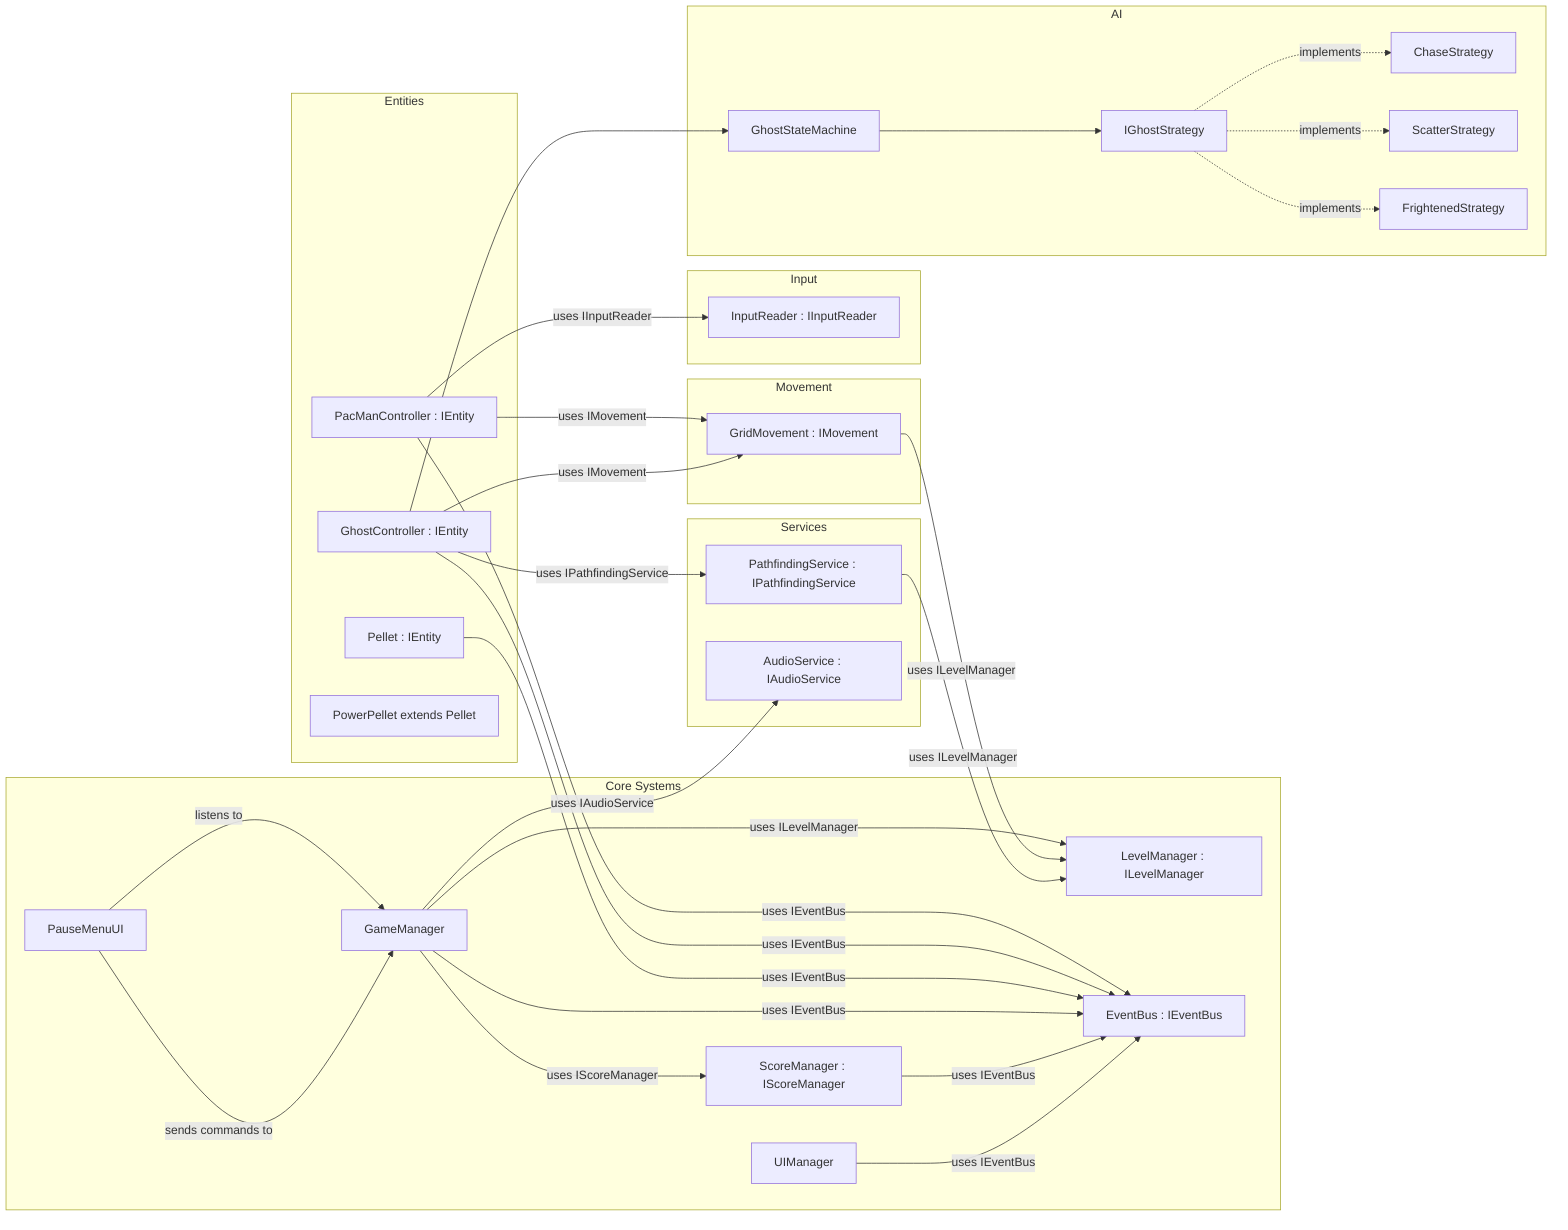
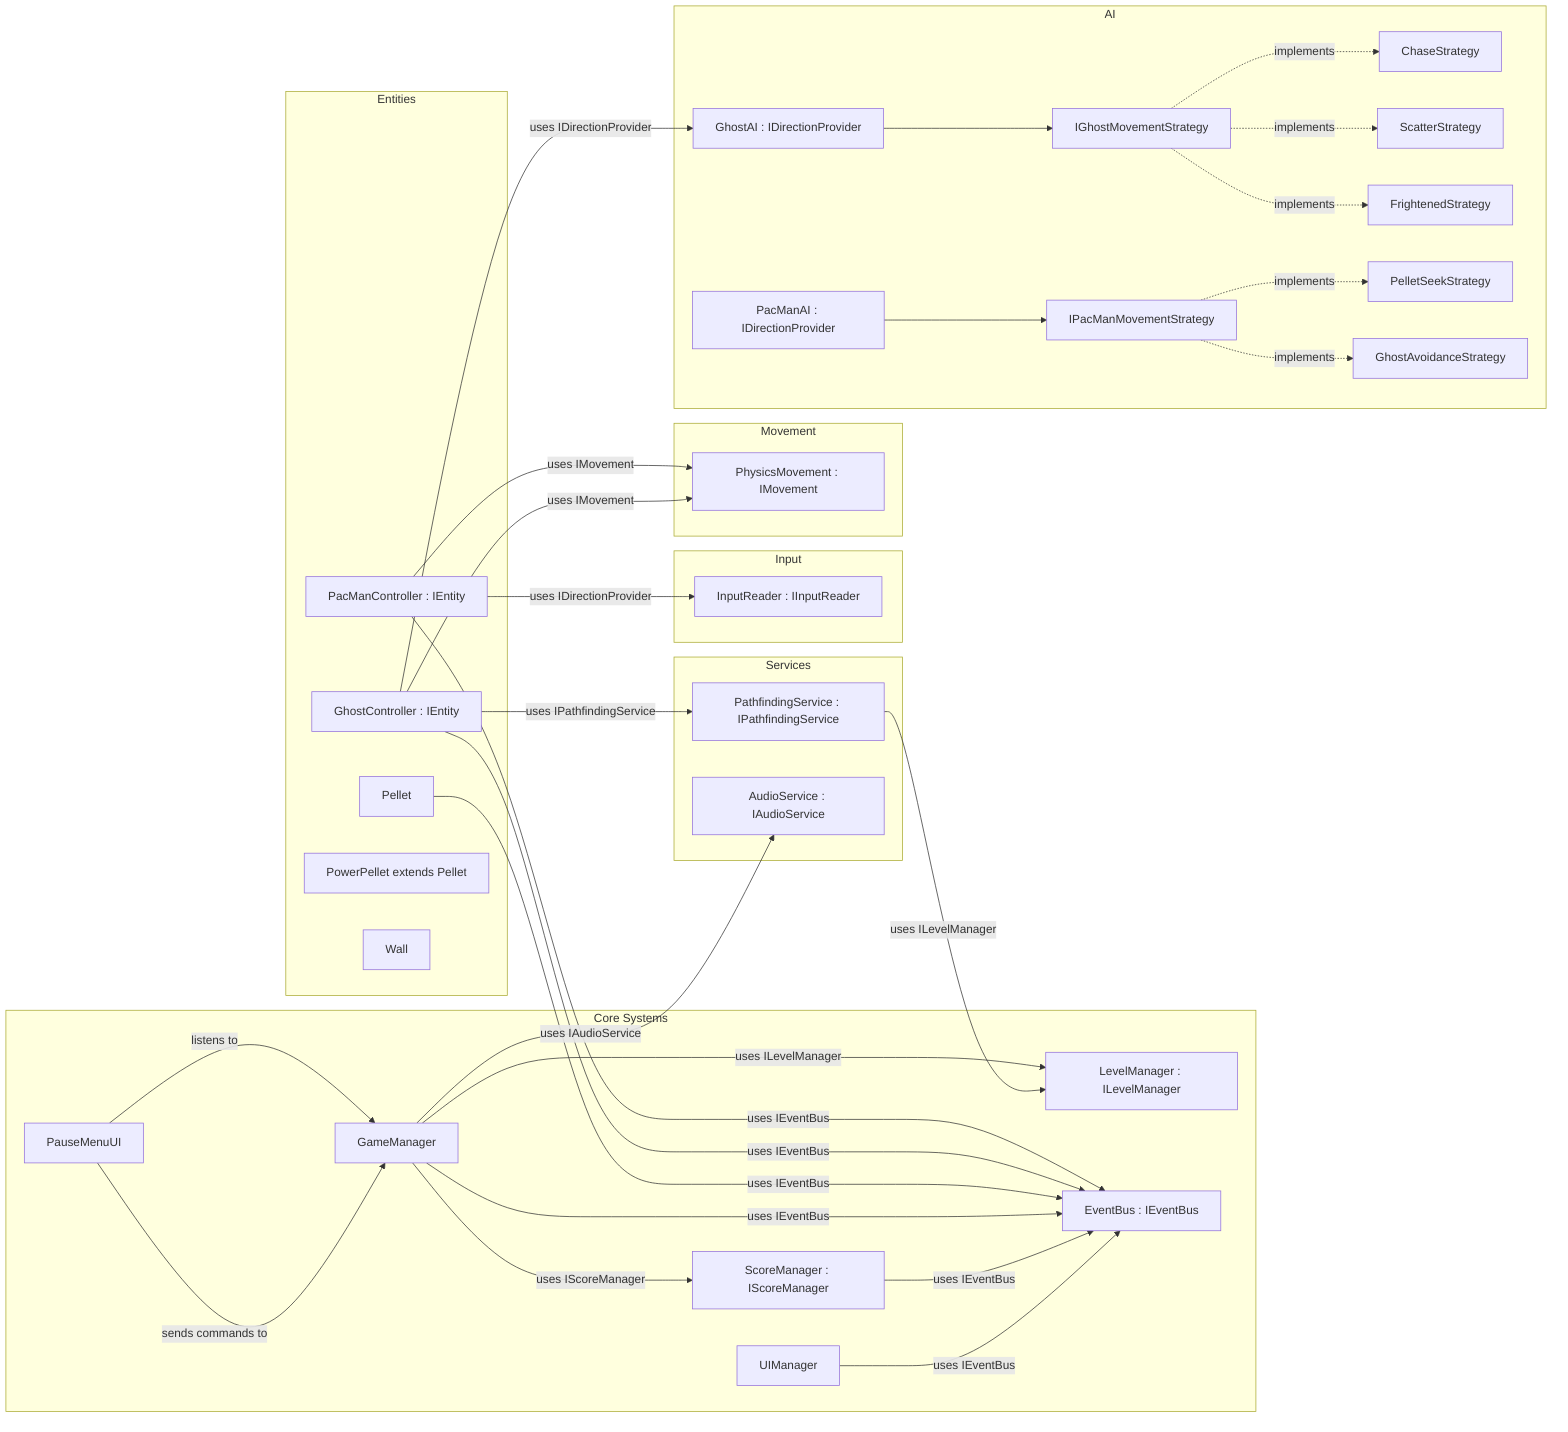
graph LR

subgraph Core Systems
    GM[GameManager]
    SM[ScoreManager : IScoreManager]
    LM[LevelManager : ILevelManager]
    EM[EventBus : IEventBus]
    UI[UIManager]
    PM[PauseMenuUI]
end

subgraph Input
    IR[InputReader : IInputReader]
end

subgraph Entities
    Pac[PacManController : IEntity]
    Ghost[GhostController : IEntity]
-     Pellet[Pellet : IEntity]
+     Pellet[Pellet]
    PowerPellet[PowerPellet extends Pellet]
+     Wall[Wall]
end

subgraph Movement
-     GridMov[GridMovement : IMovement]
+     PhysMov[PhysicsMovement : IMovement]
end

subgraph AI
-     GS[GhostStateMachine]
-     Strat[IGhostStrategy]
+     GhostAI[GhostAI : IDirectionProvider]
+     PacManAI[PacManAI : IDirectionProvider]
+     IGhostStrat[IGhostMovementStrategy]
+     IPacStrat[IPacManMovementStrategy]
    CHS[ChaseStrategy]
    SCS[ScatterStrategy]
    FRS[FrightenedStrategy]
+     PSS[PelletSeekStrategy]
+     GAS[GhostAvoidanceStrategy]
end

subgraph Services
    PF[PathfindingService : IPathfindingService]
    AUD[AudioService : IAudioService]
end

%% Entity to EventBus (via interface)
Pac -- uses IEventBus --> EM
Ghost -- uses IEventBus --> EM
Pellet -- uses IEventBus --> EM

%% Managers use interfaces
GM -- uses IEventBus --> EM
GM -- uses ILevelManager --> LM
GM -- uses IScoreManager --> SM
GM -- uses IAudioService --> AUD
SM -- uses IEventBus --> EM
UI -- uses IEventBus --> EM
PM -- listens to --> GM
PM -- sends commands to --> GM

%% Entity dependencies
- Pac -- uses IInputReader --> IR
- Pac -- uses IMovement --> GridMov
- Ghost -- uses IMovement --> GridMov
- Ghost --> GS
- 
- %% Movement dependencies
- GridMov -- uses ILevelManager --> LM
+ Pac -- uses IDirectionProvider --> IR
+ Pac -- uses IMovement --> PhysMov
+ Ghost -- uses IDirectionProvider --> GhostAI
+ Ghost -- uses IMovement --> PhysMov

%% AI
- GS --> Strat
- Strat -.implements.-> CHS
- Strat -.implements.-> SCS
- Strat -.implements.-> FRS
+ GhostAI --> IGhostStrat
+ PacManAI --> IPacStrat
+ IGhostStrat -.implements.-> CHS
+ IGhostStrat -.implements.-> SCS
+ IGhostStrat -.implements.-> FRS
+ IPacStrat -.implements.-> PSS
+ IPacStrat -.implements.-> GAS

%% Service dependencies
Ghost -- uses IPathfindingService --> PF
PF -- uses ILevelManager --> LM
